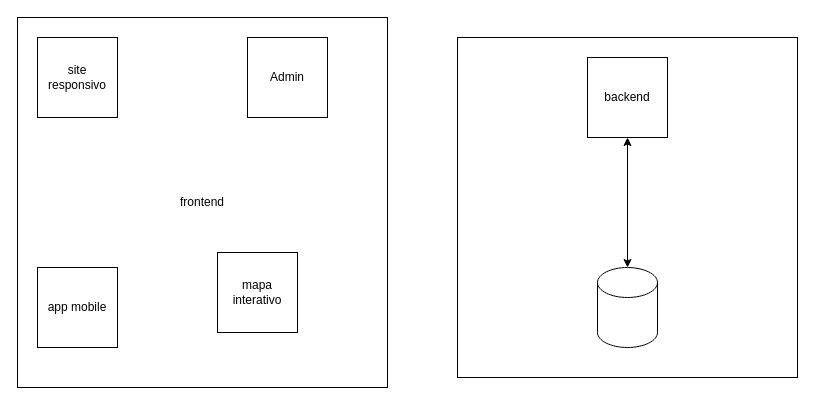
Above: easyCesta.drawio in peacevan/diagramas (draw.io), before the change. Source tidied: cells renumbered, new cells numbered last; positions are measured from the earlier drawing's top-left corner, leaving out a move shared by most shapes. Both pictures are drawn from the tidied source at 100%, with x=0, y=0 at pixel (17, 17).
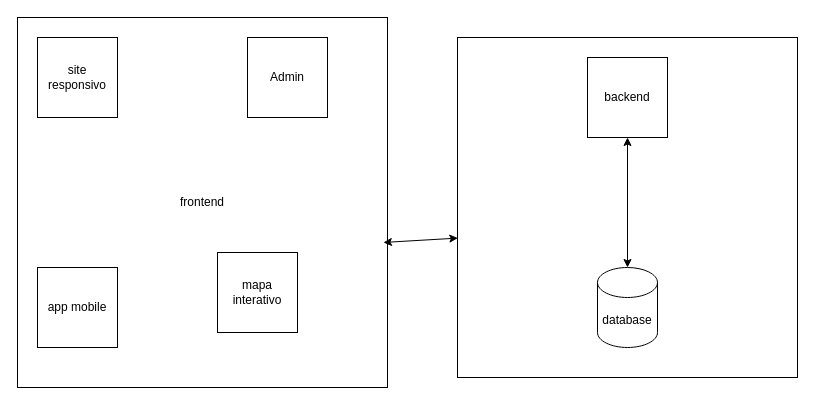
The same diagram, later.

What changed in the source:
```diff
@@
 <mxGraphModel>
   <root>
     <mxCell id="0" />
     <mxCell id="1" parent="0" />
     <mxCell id="2" style="whiteSpace=wrap;html=1;" parent="1" vertex="1">
       <mxGeometry x="440" y="20" width="340" height="340" as="geometry" />
     </mxCell>
     <mxCell id="3" value="frontend" style="whiteSpace=wrap;html=1;" parent="1" vertex="1">
       <mxGeometry width="370" height="370" as="geometry" />
     </mxCell>
     <mxCell id="4" value="backend" style="whiteSpace=wrap;html=1;" parent="1" vertex="1">
       <mxGeometry x="570" y="40" width="80" height="80" as="geometry" />
     </mxCell>
     <mxCell id="5" value="site responsivo" style="whiteSpace=wrap;html=1;" parent="1" vertex="1">
       <mxGeometry x="20" y="20" width="80" height="80" as="geometry" />
     </mxCell>
     <mxCell id="6" value="app mobile" style="whiteSpace=wrap;html=1;" parent="1" vertex="1">
       <mxGeometry x="20" y="250" width="80" height="80" as="geometry" />
     </mxCell>
     <mxCell id="7" value="Admin" style="whiteSpace=wrap;html=1;" parent="1" vertex="1">
       <mxGeometry x="230" y="20" width="80" height="80" as="geometry" />
     </mxCell>
     <mxCell id="8" value="mapa interativo" style="whiteSpace=wrap;html=1;" parent="1" vertex="1">
       <mxGeometry x="200" y="235" width="80" height="80" as="geometry" />
     </mxCell>
-    <mxCell id="9" style="shape=cylinder3;whiteSpace=wrap;html=1;boundedLbl=1;backgroundOutline=1;size=15;" parent="1" vertex="1">
+    <mxCell id="9" value="database" style="shape=cylinder3;whiteSpace=wrap;html=1;boundedLbl=1;backgroundOutline=1;size=15;" parent="1" vertex="1">
       <mxGeometry x="580" y="250" width="60" height="80" as="geometry" />
     </mxCell>
     <mxCell id="10" style="endArrow=classic;startArrow=classic;html=1;rounded=0;entryX=0.5;entryY=1;entryDx=0;entryDy=0;" parent="1" edge="1" source="9" target="4">
       <mxGeometry relative="1" as="geometry" />
     </mxCell>
+    <mxCell id="11" style="endArrow=classic;startArrow=classic;html=1;rounded=0;entryX=0.001;entryY=0.59;entryDx=0;entryDy=0;entryPerimeter=0;exitX=0.989;exitY=0.608;exitDx=0;exitDy=0;exitPerimeter=0;" parent="1" edge="1" source="3" target="2">
+      <mxGeometry relative="1" as="geometry" />
+    </mxCell>
   </root>
 </mxGraphModel>
```
